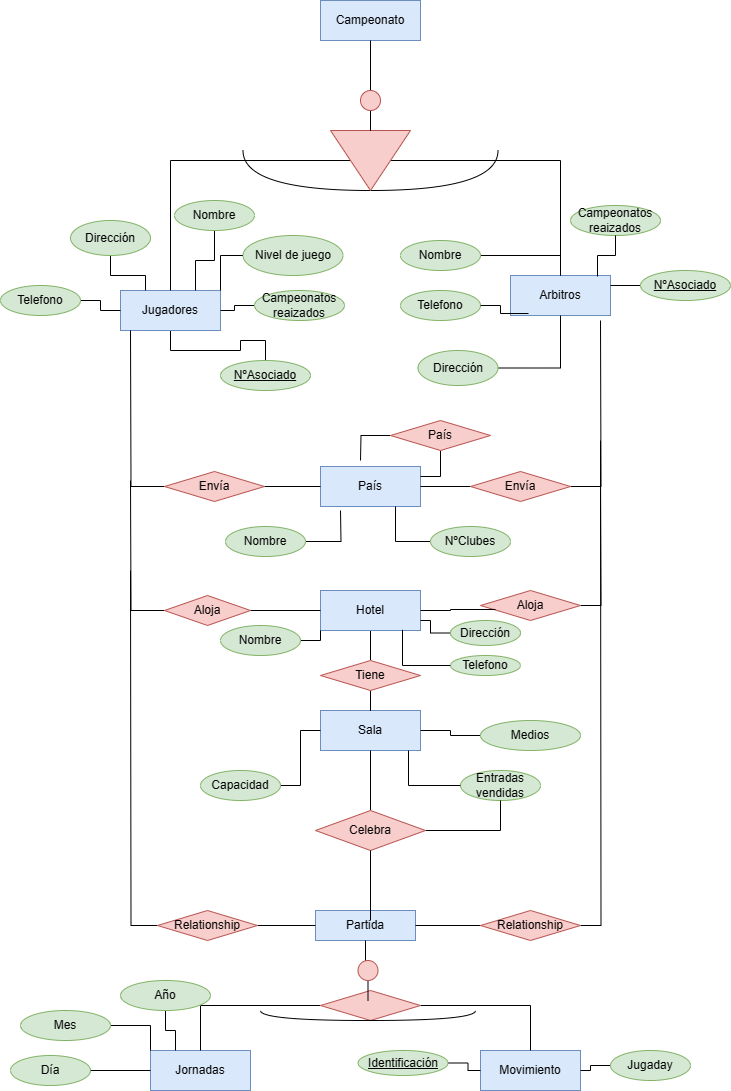
Above: Unidad-1/Tareas/Tarea evaluable 2/Tarea evaluable 2.drawio.png in GgbGabrielGarcia/Base-Datos (draw.io), before the change. Source tidied: cells renumbered, new cells last; positions are measured from the earlier drawing's top-left corner, leaving out a move shared by most shapes.
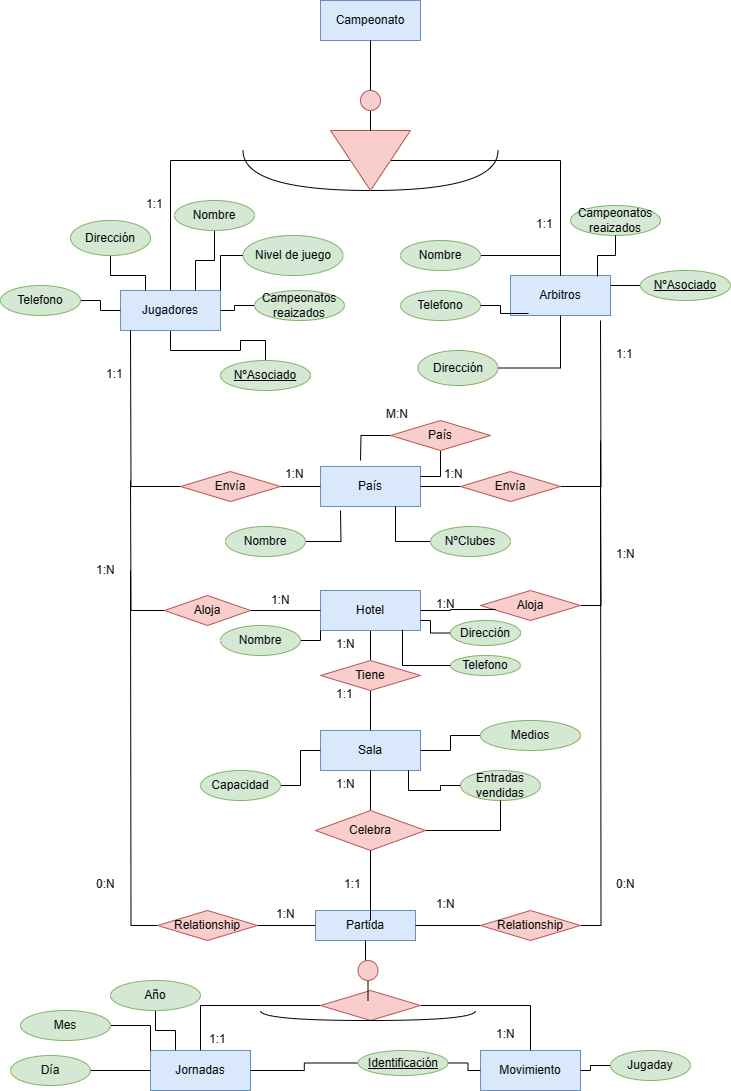
Above is the later version.

The edit, as a diff of the source:
```diff
@@ -117,7 +117,7 @@
       <mxGeometry x="320" y="466" width="100" height="40" as="geometry" />
     </mxCell>
     <mxCell id="40" value="Sala" style="whiteSpace=wrap;html=1;align=center;fillColor=#dae8fc;strokeColor=#6c8ebf;" parent="1" vertex="1">
-      <mxGeometry x="320" y="710" width="100" height="40" as="geometry" />
+      <mxGeometry x="320" y="730" width="100" height="40" as="geometry" />
     </mxCell>
     <mxCell id="41" style="edgeStyle=orthogonalEdgeStyle;rounded=0;jettySize=auto;html=1;endArrow=none;endFill=0;" parent="1" edge="1" source="43">
       <mxGeometry relative="1" as="geometry">
@@ -184,7 +184,7 @@
       <mxGeometry relative="1" as="geometry" />
     </mxCell>
     <mxCell id="59" value="Envía" style="shape=rhombus;perimeter=rhombusPerimeter;whiteSpace=wrap;html=1;align=center;fillColor=#f8cecc;strokeColor=#b85450;" parent="1" vertex="1">
-      <mxGeometry x="470" y="471" width="100" height="30" as="geometry" />
+      <mxGeometry x="460" y="471" width="100" height="30" as="geometry" />
     </mxCell>
     <mxCell id="60" style="edgeStyle=orthogonalEdgeStyle;rounded=0;jettySize=auto;html=1;endArrow=none;endFill=0;" parent="1" edge="1" source="62">
       <mxGeometry relative="1" as="geometry">
@@ -195,7 +195,7 @@
       <mxGeometry relative="1" as="geometry" />
     </mxCell>
     <mxCell id="62" value="Envía" style="shape=rhombus;perimeter=rhombusPerimeter;whiteSpace=wrap;html=1;align=center;fillColor=#f8cecc;strokeColor=#b85450;" parent="1" vertex="1">
-      <mxGeometry x="164" y="471" width="100" height="30" as="geometry" />
+      <mxGeometry x="180" y="471" width="100" height="30" as="geometry" />
     </mxCell>
     <mxCell id="63" style="edgeStyle=orthogonalEdgeStyle;rounded=0;jettySize=auto;html=1;entryX=0.15;entryY=0.633;entryDx=0;entryDy=0;entryPerimeter=0;endArrow=none;endFill=0;" parent="1" edge="1" source="36" target="54">
       <mxGeometry relative="1" as="geometry" />
@@ -298,11 +298,14 @@
       <mxGeometry relative="1" as="geometry" />
     </mxCell>
     <mxCell id="95" value="Año" style="ellipse;whiteSpace=wrap;html=1;align=center;fillColor=#d5e8d4;strokeColor=#82b366;" parent="1" vertex="1">
-      <mxGeometry x="120" y="980" width="90" height="30" as="geometry" />
+      <mxGeometry x="110" y="980" width="90" height="30" as="geometry" />
     </mxCell>
     <mxCell id="96" style="edgeStyle=orthogonalEdgeStyle;rounded=0;jettySize=auto;html=1;endArrow=none;endFill=0;" parent="1" edge="1" source="97" target="37">
       <mxGeometry relative="1" as="geometry" />
     </mxCell>
+    <mxCell id="100" style="edgeStyle=orthogonalEdgeStyle;rounded=0;jettySize=auto;html=1;endArrow=none;endFill=0;" parent="1" edge="1" source="97" target="34">
+      <mxGeometry relative="1" as="geometry" />
+    </mxCell>
     <mxCell id="97" value="Identificación" style="ellipse;whiteSpace=wrap;html=1;align=center;fontStyle=4;fillColor=#d5e8d4;strokeColor=#82b366;" parent="1" vertex="1">
       <mxGeometry x="357.5" y="1050" width="90" height="25" as="geometry" />
     </mxCell>
@@ -312,5 +315,68 @@
     <mxCell id="99" value="Jugaday" style="ellipse;whiteSpace=wrap;html=1;align=center;fillColor=#d5e8d4;strokeColor=#82b366;" parent="1" vertex="1">
       <mxGeometry x="610" y="1050" width="80" height="30" as="geometry" />
     </mxCell>
+    <mxCell id="101" value="1:1" style="text;strokeColor=none;fillColor=none;spacingLeft=4;spacingRight=4;overflow=hidden;fontSize=12;whiteSpace=wrap;html=1;" parent="1" vertex="1">
+      <mxGeometry x="100" y="360" width="40" height="30" as="geometry" />
+    </mxCell>
+    <mxCell id="102" value="1:N" style="text;strokeColor=none;fillColor=none;spacingLeft=4;spacingRight=4;overflow=hidden;fontSize=12;whiteSpace=wrap;html=1;" parent="1" vertex="1">
+      <mxGeometry x="279" y="460" width="40" height="30" as="geometry" />
+    </mxCell>
+    <mxCell id="103" value="1:1" style="text;strokeColor=none;fillColor=none;spacingLeft=4;spacingRight=4;overflow=hidden;fontSize=12;whiteSpace=wrap;html=1;" parent="1" vertex="1">
+      <mxGeometry x="610" y="340" width="40" height="30" as="geometry" />
+    </mxCell>
+    <mxCell id="104" value="1:N" style="text;strokeColor=none;fillColor=none;spacingLeft=4;spacingRight=4;overflow=hidden;fontSize=12;whiteSpace=wrap;html=1;" parent="1" vertex="1">
+      <mxGeometry x="437.5" y="460" width="40" height="30" as="geometry" />
+    </mxCell>
+    <mxCell id="105" value="1:1" style="text;strokeColor=none;fillColor=none;spacingLeft=4;spacingRight=4;overflow=hidden;fontSize=12;whiteSpace=wrap;html=1;" parent="1" vertex="1">
+      <mxGeometry x="140" y="190" width="40" height="30" as="geometry" />
+    </mxCell>
+    <mxCell id="106" value="1:1" style="text;strokeColor=none;fillColor=none;spacingLeft=4;spacingRight=4;overflow=hidden;fontSize=12;whiteSpace=wrap;html=1;" parent="1" vertex="1">
+      <mxGeometry x="530" y="210" width="40" height="30" as="geometry" />
+    </mxCell>
+    <mxCell id="107" value="0:N" style="text;strokeColor=none;fillColor=none;spacingLeft=4;spacingRight=4;overflow=hidden;fontSize=12;whiteSpace=wrap;html=1;" parent="1" vertex="1">
+      <mxGeometry x="90" y="870" width="40" height="30" as="geometry" />
+    </mxCell>
+    <mxCell id="108" value="1:N" style="text;strokeColor=none;fillColor=none;spacingLeft=4;spacingRight=4;overflow=hidden;fontSize=12;whiteSpace=wrap;html=1;" parent="1" vertex="1">
+      <mxGeometry x="270" y="900" width="40" height="30" as="geometry" />
+    </mxCell>
+    <mxCell id="109" value="0:N" style="text;strokeColor=none;fillColor=none;spacingLeft=4;spacingRight=4;overflow=hidden;fontSize=12;whiteSpace=wrap;html=1;" parent="1" vertex="1">
+      <mxGeometry x="610" y="870" width="40" height="30" as="geometry" />
+    </mxCell>
+    <mxCell id="110" value="1:N" style="text;strokeColor=none;fillColor=none;spacingLeft=4;spacingRight=4;overflow=hidden;fontSize=12;whiteSpace=wrap;html=1;" parent="1" vertex="1">
+      <mxGeometry x="430" y="890" width="40" height="30" as="geometry" />
+    </mxCell>
+    <mxCell id="111" value="M:N" style="text;strokeColor=none;fillColor=none;spacingLeft=4;spacingRight=4;overflow=hidden;fontSize=12;whiteSpace=wrap;html=1;" parent="1" vertex="1">
+      <mxGeometry x="380" y="400" width="40" height="30" as="geometry" />
+    </mxCell>
+    <mxCell id="112" value="1:N" style="text;strokeColor=none;fillColor=none;spacingLeft=4;spacingRight=4;overflow=hidden;fontSize=12;whiteSpace=wrap;html=1;" parent="1" vertex="1">
+      <mxGeometry x="330" y="630" width="40" height="30" as="geometry" />
+    </mxCell>
+    <mxCell id="113" value="1:1" style="text;strokeColor=none;fillColor=none;spacingLeft=4;spacingRight=4;overflow=hidden;fontSize=12;whiteSpace=wrap;html=1;" parent="1" vertex="1">
+      <mxGeometry x="330" y="680" width="40" height="30" as="geometry" />
+    </mxCell>
+    <mxCell id="114" value="1:N" style="text;strokeColor=none;fillColor=none;spacingLeft=4;spacingRight=4;overflow=hidden;fontSize=12;whiteSpace=wrap;html=1;" parent="1" vertex="1">
+      <mxGeometry x="330" y="770" width="40" height="30" as="geometry" />
+    </mxCell>
+    <mxCell id="115" value="1:1" style="text;strokeColor=none;fillColor=none;spacingLeft=4;spacingRight=4;overflow=hidden;fontSize=12;whiteSpace=wrap;html=1;" parent="1" vertex="1">
+      <mxGeometry x="337.5" y="870" width="40" height="30" as="geometry" />
+    </mxCell>
+    <mxCell id="116" value="1:1" style="text;strokeColor=none;fillColor=none;spacingLeft=4;spacingRight=4;overflow=hidden;fontSize=12;whiteSpace=wrap;html=1;" parent="1" vertex="1">
+      <mxGeometry x="202.5" y="1025" width="40" height="30" as="geometry" />
+    </mxCell>
+    <mxCell id="117" value="1:N" style="text;strokeColor=none;fillColor=none;spacingLeft=4;spacingRight=4;overflow=hidden;fontSize=12;whiteSpace=wrap;html=1;" parent="1" vertex="1">
+      <mxGeometry x="490" y="1020" width="40" height="30" as="geometry" />
+    </mxCell>
+    <mxCell id="118" value="1:N" style="text;strokeColor=none;fillColor=none;spacingLeft=4;spacingRight=4;overflow=hidden;fontSize=12;whiteSpace=wrap;html=1;" parent="1" vertex="1">
+      <mxGeometry x="265" y="586" width="40" height="30" as="geometry" />
+    </mxCell>
+    <mxCell id="119" value="1:N" style="text;strokeColor=none;fillColor=none;spacingLeft=4;spacingRight=4;overflow=hidden;fontSize=12;whiteSpace=wrap;html=1;" parent="1" vertex="1">
+      <mxGeometry x="90" y="556" width="40" height="30" as="geometry" />
+    </mxCell>
+    <mxCell id="120" value="1:N" style="text;strokeColor=none;fillColor=none;spacingLeft=4;spacingRight=4;overflow=hidden;fontSize=12;whiteSpace=wrap;html=1;" parent="1" vertex="1">
+      <mxGeometry x="610" y="540" width="40" height="30" as="geometry" />
+    </mxCell>
+    <mxCell id="121" value="1:N" style="text;strokeColor=none;fillColor=none;spacingLeft=4;spacingRight=4;overflow=hidden;fontSize=12;whiteSpace=wrap;html=1;" parent="1" vertex="1">
+      <mxGeometry x="430" y="590" width="40" height="30" as="geometry" />
+    </mxCell>
   </root>
 </mxGraphModel>
```
